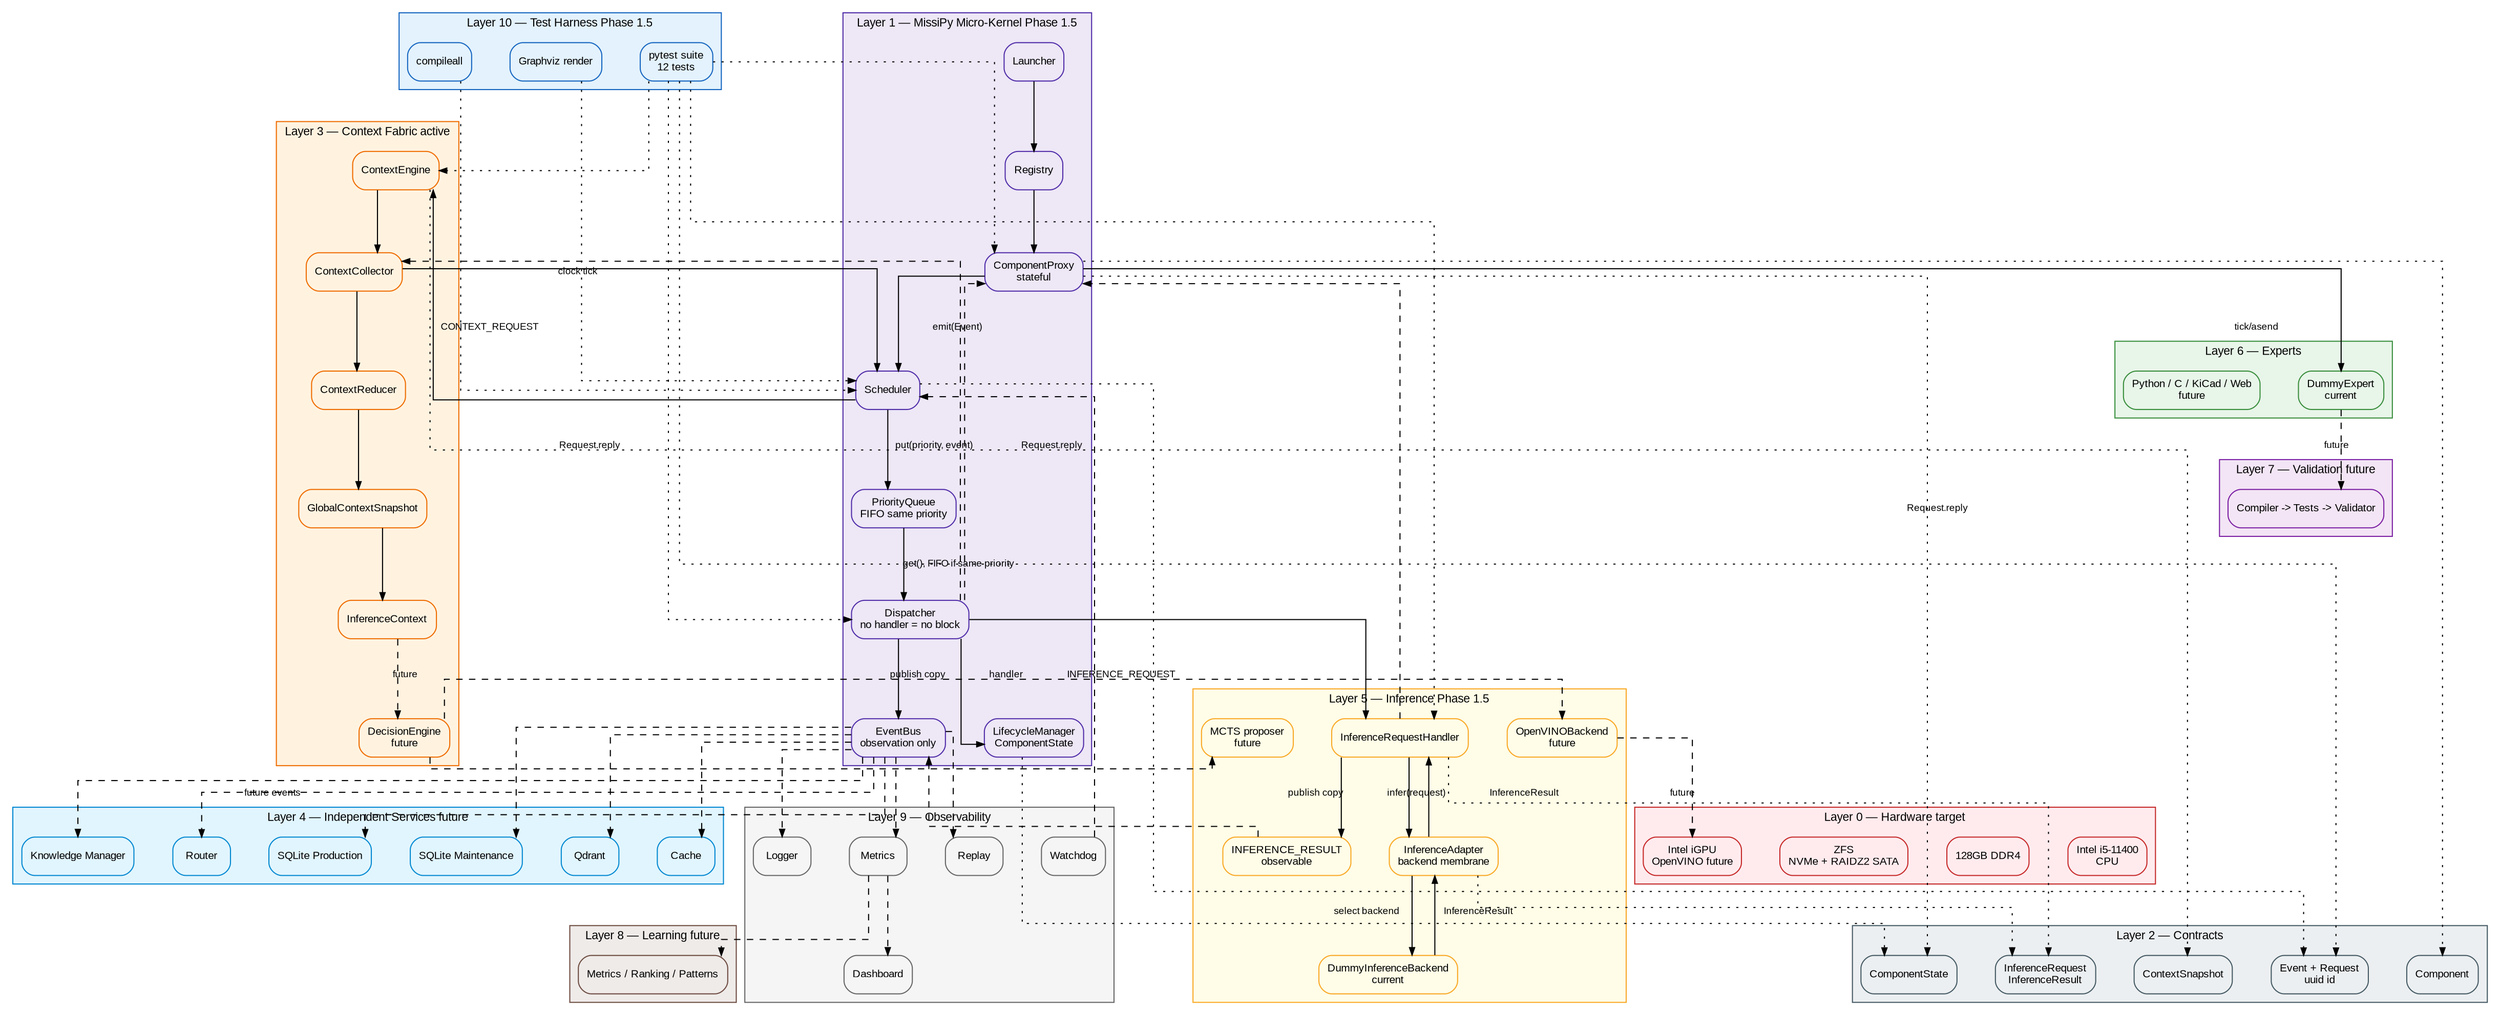
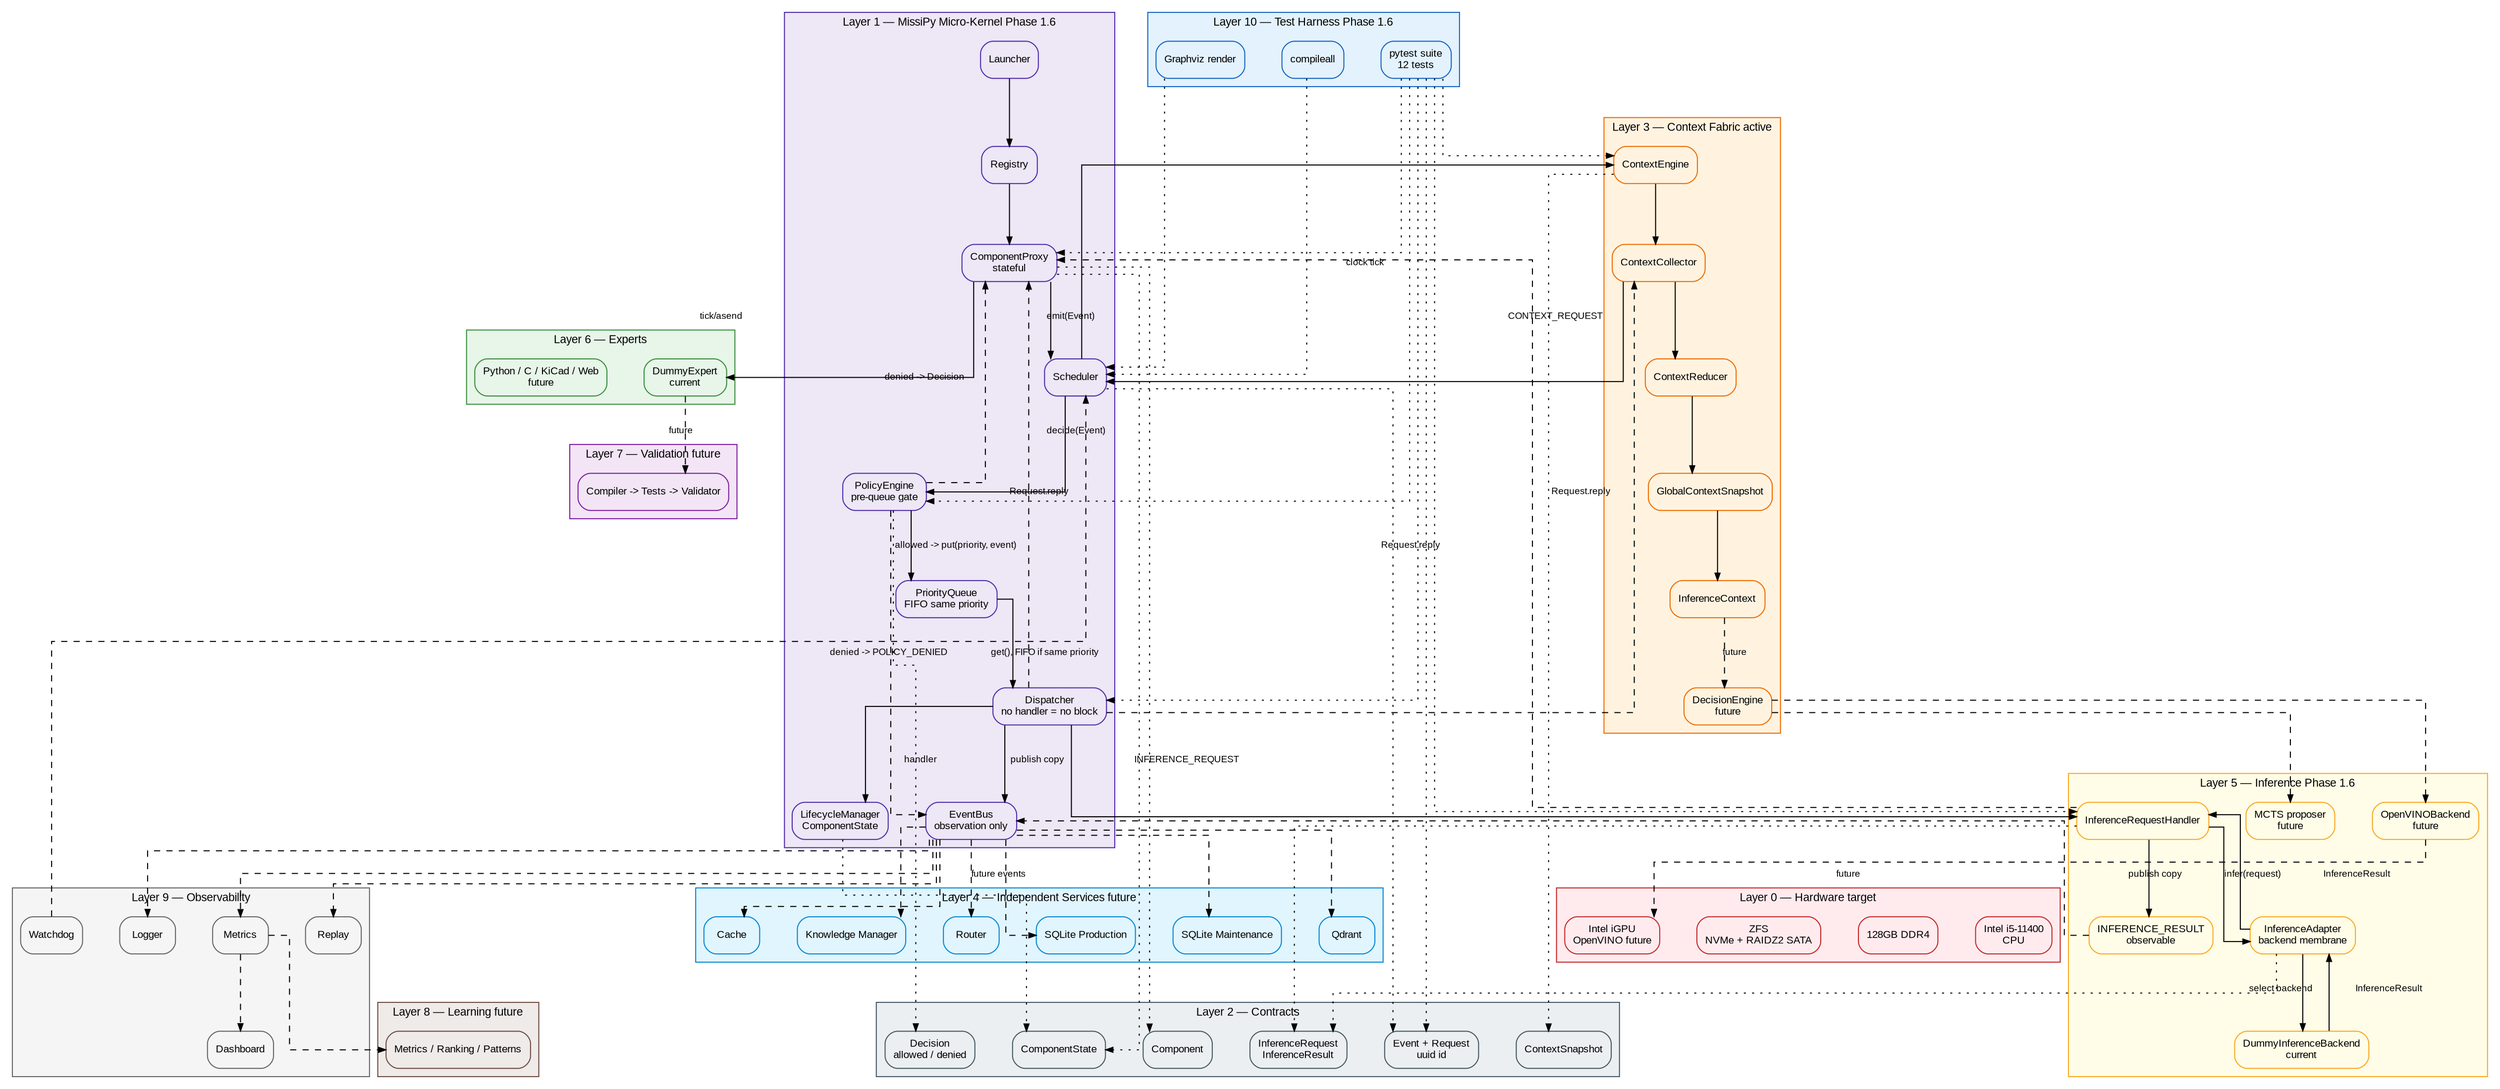
digraph Global {
    rankdir=TB;
    compound=true;
    splines=ortho;
    nodesep=0.5;
    ranksep=0.8;

    graph [fontname="Arial", fontsize=11];
    node [shape=box, style="rounded,filled", fontname="Arial", fontsize=10];
    edge [fontname="Arial", fontsize=9, arrowsize=0.7];

-     // ROADMAP_NOTE[phase1_5]:
-     // Le Layer 5 ajoute maintenant InferenceAdapter comme membrane stable
-     // entre InferenceRequestHandler et les backends. Le handler ne connaît
-     // plus DummyInferenceBackend directement. OpenVINO pourra remplacer ou
-     // rejoindre le backend fictif sans modifier Scheduler ni Dispatcher.
+     // ROADMAP_NOTE[phase1_6]:
+     // Le Layer 1 ajoute PolicyEngine comme barrière kernel avant l’entrée
+     // en PriorityQueue. Le Scheduler délègue l’autorisation mais ne contient
+     // pas la logique de règle. Un refus publie POLICY_DENIED sur EventBus et
+     // résout Request.reply avec une Decision immuable.

    subgraph cluster_L0 {
        label="Layer 0 — Hardware target";
        color="#c62828";
        bgcolor="#ffebee";
        node [fillcolor="#ffebee", color="#c62828"];
        CPU [label="Intel i5-11400\nCPU"];
        RAM [label="128GB DDR4"];
        Storage [label="ZFS\nNVMe + RAIDZ2 SATA"];
        GPU [label="Intel iGPU\nOpenVINO future"];
    }

    subgraph cluster_L1 {
-         label="Layer 1 — MissiPy Micro-Kernel Phase 1.5";
+         label="Layer 1 — MissiPy Micro-Kernel Phase 1.6";
        color="#512da8";
        bgcolor="#ede7f6";
        node [fillcolor="#ede7f6", color="#512da8"];
        Launcher [URL="scheduler/10_scheduler.svg", tooltip="Zoom Scheduler"];
        Registry [URL="scheduler/10_scheduler.svg", tooltip="Registry"];
        Proxy [label="ComponentProxy\nstateful", URL="scheduler/10_scheduler.svg", tooltip="Runtime proxy"];
        Scheduler [URL="scheduler/10_scheduler.svg", tooltip="Zoom Scheduler"];
+         Policy [label="PolicyEngine\npre-queue gate", URL="scheduler/10_scheduler.svg"];
        Queue [label="PriorityQueue\nFIFO same priority", URL="scheduler/10_scheduler.svg"];
        Dispatcher [label="Dispatcher\nno handler = no block", URL="scheduler/10_scheduler.svg"];
        EventBus [label="EventBus\nobservation only", URL="scheduler/10_scheduler.svg"];
        Lifecycle [label="LifecycleManager\nComponentState", URL="scheduler/10_scheduler.svg"];
    }

    subgraph cluster_L2 {
        label="Layer 2 — Contracts";
        color="#455a64";
        bgcolor="#eceff1";
        node [fillcolor="#eceff1", color="#455a64"];
        EventContract [label="Event + Request\nuuid id"];
        LifecycleContract [label="ComponentState"];
        ComponentContract [label="Component"];
        ContextContract [label="ContextSnapshot"];
        InferenceContract [label="InferenceRequest\nInferenceResult"];
+         PolicyContract [label="Decision\nallowed / denied"];
    }

    subgraph cluster_L3 {
        label="Layer 3 — Context Fabric active";
        color="#ef6c00";
        bgcolor="#fff3e0";
        node [fillcolor="#fff3e0", color="#ef6c00"];
        ContextEngine [label="ContextEngine", URL="context/20_context.svg"];
        Collector [label="ContextCollector", URL="context/20_context.svg"];
        Reducer [label="ContextReducer", URL="context/20_context.svg"];
        Snapshot [label="GlobalContextSnapshot", URL="context/20_context.svg"];
        InferenceCtx [label="InferenceContext", URL="context/20_context.svg"];
        Decision [label="DecisionEngine\nfuture", URL="context/20_context.svg"];
    }

    subgraph cluster_L4 {
        label="Layer 4 — Independent Services future";
        color="#0288d1";
        bgcolor="#e1f5fe";
        node [fillcolor="#e1f5fe", color="#0288d1"];
        Router [URL="services/30_services.svg"];
        SQLiteProd [label="SQLite Production", URL="services/30_services.svg"];
        SQLiteMaint [label="SQLite Maintenance", URL="services/30_services.svg"];
        Qdrant [URL="services/30_services.svg"];
        Cache [URL="services/30_services.svg"];
        Knowledge [label="Knowledge Manager", URL="services/30_services.svg"];
    }

    subgraph cluster_L5 {
-         label="Layer 5 — Inference Phase 1.5";
+         label="Layer 5 — Inference Phase 1.6";
        color="#f9a825";
        bgcolor="#fffde7";
        node [fillcolor="#fffde7", color="#f9a825"];
        InferenceHandler [label="InferenceRequestHandler", URL="inference/40_inference.svg"];
        InferenceAdapter [label="InferenceAdapter\nbackend membrane", URL="inference/40_inference.svg"];
        DummyBackend [label="DummyInferenceBackend\ncurrent", URL="inference/40_inference.svg"];
        InferenceResult [label="INFERENCE_RESULT\nobservable", URL="inference/40_inference.svg"];
        OpenVINO [label="OpenVINOBackend\nfuture", URL="inference/40_inference.svg"];
        MCTS [label="MCTS proposer\nfuture"];
    }

    subgraph cluster_L6 {
        label="Layer 6 — Experts";
        color="#388e3c";
        bgcolor="#e8f5e9";
        node [fillcolor="#e8f5e9", color="#388e3c"];
        Dummy [label="DummyExpert\ncurrent", URL="experts/40_experts.svg"];
        ExpertsFuture [label="Python / C / KiCad / Web\nfuture", URL="experts/40_experts.svg"];
    }

    subgraph cluster_L7 {
        label="Layer 7 — Validation future";
        color="#7b1fa2";
        bgcolor="#f3e5f5";
        node [fillcolor="#f3e5f5", color="#7b1fa2"];
        Validation [label="Compiler -> Tests -> Validator", URL="validation/50_validation.svg"];
    }

    subgraph cluster_L8 {
        label="Layer 8 — Learning future";
        color="#6d4c41";
        bgcolor="#efebe9";
        node [fillcolor="#efebe9", color="#6d4c41"];
        Learning [label="Metrics / Ranking / Patterns", URL="learning/60_learning.svg"];
    }

    subgraph cluster_L9 {
        label="Layer 9 — Observability";
        color="#666666";
        bgcolor="#f5f5f5";
        node [fillcolor="#f5f5f5", color="#666666"];
        Logger [URL="observability/70_observability.svg"];
        Metrics [URL="observability/70_observability.svg"];
        Replay [URL="observability/70_observability.svg"];
        Dashboard [URL="observability/70_observability.svg"];
        Watchdog [URL="observability/70_observability.svg"];
    }

    subgraph cluster_L10 {
-         label="Layer 10 — Test Harness Phase 1.5";
+         label="Layer 10 — Test Harness Phase 1.6";
        color="#1565c0";
        bgcolor="#e3f2fd";
        node [fillcolor="#e3f2fd", color="#1565c0"];
        Pytest [label="pytest suite\n12 tests", URL="tests/80_tests.svg"];
        CompileAll [label="compileall"];
        DotRender [label="Graphviz render"];
    }

    Launcher -> Registry;
    Registry -> Proxy;
    Proxy -> Scheduler [label="emit(Event)"];
-     Scheduler -> Queue [label="put(priority, event)"];
+     Scheduler -> Policy [label="decide(Event)"];
+     Policy -> Queue [label="allowed -> put(priority, event)"];
+     Policy -> EventBus [label="denied -> POLICY_DENIED", style=dashed];
+     Policy -> Proxy [label="denied -> Decision", style=dashed];
    Queue -> Dispatcher [label="get(), FIFO if same priority"];
    Dispatcher -> Lifecycle [label="handler"];
    Dispatcher -> EventBus [label="publish copy"];
    Dispatcher -> Proxy [label="Request.reply", style=dashed];

    Lifecycle -> LifecycleContract [style=dotted];
    Proxy -> LifecycleContract [style=dotted];

    Scheduler -> ContextEngine [label="clock tick"];
    ContextEngine -> Collector;
    Collector -> Scheduler [label="CONTEXT_REQUEST"];
    Dispatcher -> Collector [label="Request.reply", style=dashed];
    Collector -> Reducer;
    Reducer -> Snapshot;
    Snapshot -> InferenceCtx;
    InferenceCtx -> Decision [style=dashed, label="future"];

    Scheduler -> EventContract [style=dotted];
+     Policy -> PolicyContract [style=dotted];
    Proxy -> ComponentContract [style=dotted];
    ContextEngine -> ContextContract [style=dotted];
    InferenceHandler -> InferenceContract [style=dotted];
    InferenceAdapter -> InferenceContract [style=dotted];

    Proxy -> Dummy [label="tick/asend"];

    Dispatcher -> InferenceHandler [label="INFERENCE_REQUEST"];
    InferenceHandler -> InferenceAdapter [label="infer(request)"];
    InferenceAdapter -> DummyBackend [label="select backend"];
    DummyBackend -> InferenceAdapter [label="InferenceResult"];
    InferenceAdapter -> InferenceHandler [label="InferenceResult"];
    InferenceHandler -> InferenceResult [label="publish copy"];
    InferenceHandler -> Proxy [label="Request.reply", style=dashed];
    InferenceResult -> EventBus [style=dashed];
    OpenVINO -> GPU [style=dashed, label="future"];

    EventBus -> Logger [style=dashed];
    EventBus -> Metrics [style=dashed];
    EventBus -> Replay [style=dashed];
    Metrics -> Dashboard [style=dashed];
    Watchdog -> Scheduler [style=dashed];

    Pytest -> EventContract [style=dotted];
    Pytest -> Dispatcher [style=dotted];
    Pytest -> Proxy [style=dotted];
    Pytest -> ContextEngine [style=dotted];
    Pytest -> InferenceHandler [style=dotted];
+     Pytest -> Policy [style=dotted];
    CompileAll -> Scheduler [style=dotted];
    DotRender -> Scheduler [style=dotted];

    EventBus -> Router [style=dashed, label="future events"];
    EventBus -> SQLiteProd [style=dashed];
    EventBus -> SQLiteMaint [style=dashed];
    EventBus -> Qdrant [style=dashed];
    EventBus -> Cache [style=dashed];
    EventBus -> Knowledge [style=dashed];
    Decision -> OpenVINO [style=dashed];
    Decision -> MCTS [style=dashed];
    Dummy -> Validation [style=dashed, label="future"];
    Metrics -> Learning [style=dashed];
}
